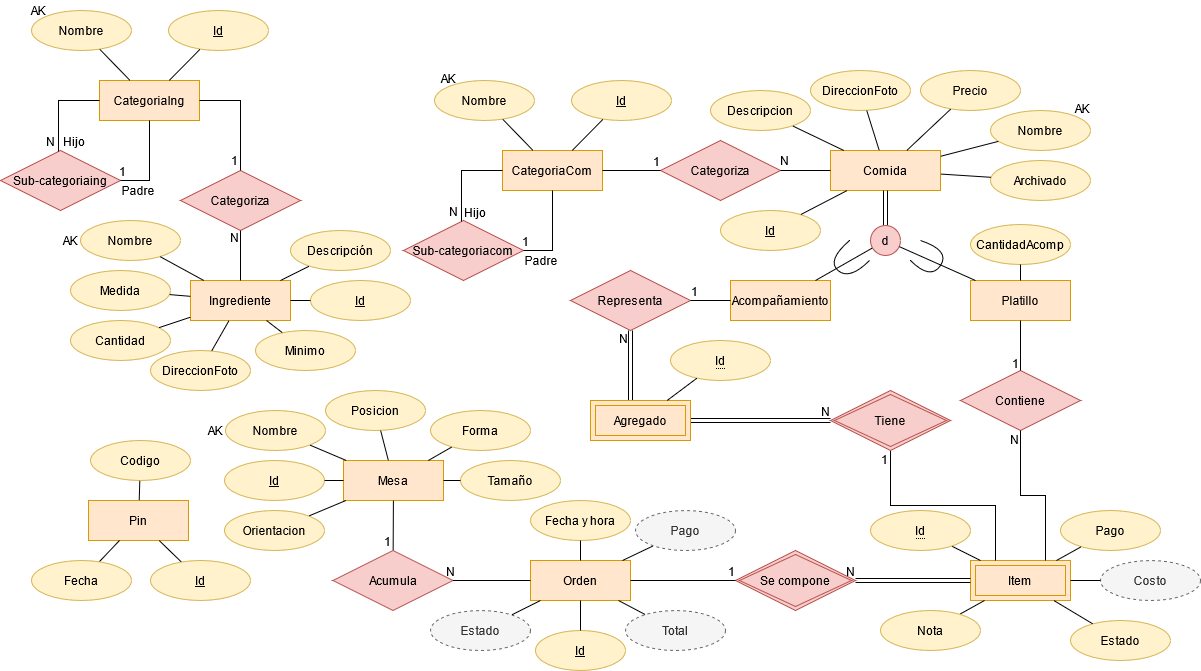
Earlier version of the draw.io export Entidad-Relación.png (JosTenorio/DisenoPRY1). Source tidied: cells renumbered, new cells last; positions are measured from the earlier drawing's top-left corner, leaving out a move shared by most shapes.
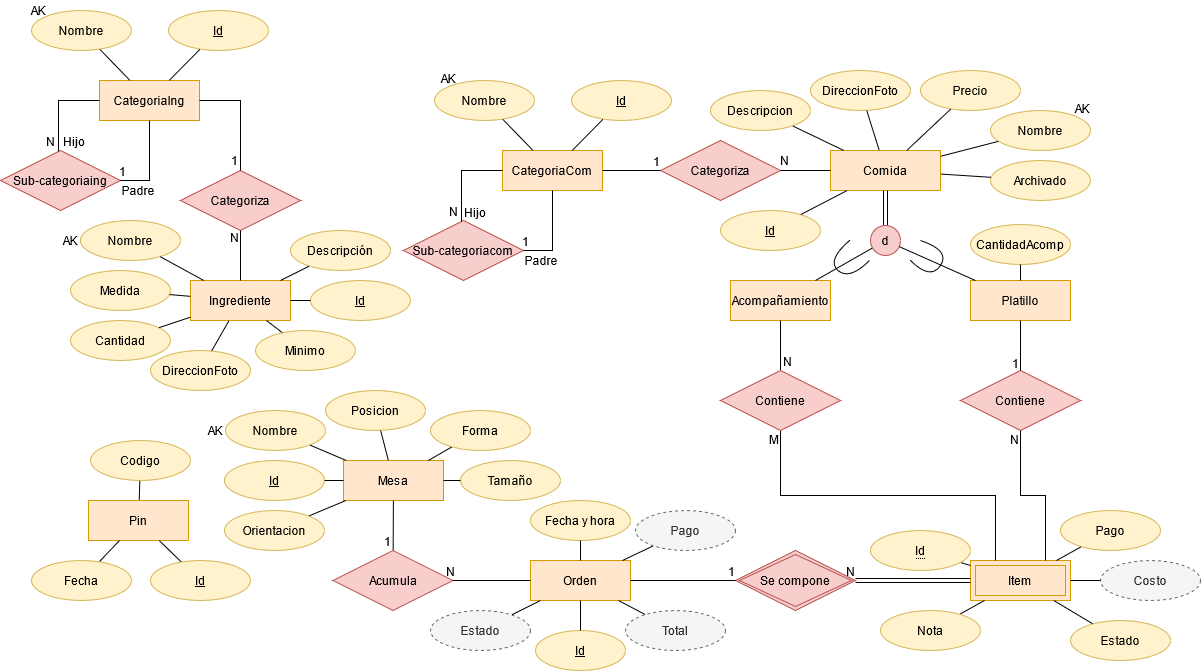
Later version of the same file.

The edit, as a diff of the source:
```diff
@@ -202,7 +202,7 @@
       <mxGeometry relative="1" as="geometry" />
     </mxCell>
     <mxCell id="63" value="&lt;span style=&quot;border-bottom: 1px dotted&quot;&gt;Id&lt;/span&gt;" style="ellipse;whiteSpace=wrap;html=1;align=center;fillColor=#fff2cc;strokeColor=#d6b656;" parent="1" vertex="1">
-      <mxGeometry x="870" y="510" width="100" height="40" as="geometry" />
+      <mxGeometry x="870" y="530" width="100" height="40" as="geometry" />
     </mxCell>
     <mxCell id="64" style="endArrow=none;html=1;strokeColor=#000000;" parent="1" edge="1" source="86" target="61">
       <mxGeometry relative="1" as="geometry" />
@@ -227,10 +227,10 @@
     </mxCell>
     <mxCell id="71" style="endArrow=none;html=1;rounded=0;strokeColor=#000000;edgeStyle=orthogonalEdgeStyle;exitX=0.25;exitY=0;exitDx=0;exitDy=0;" parent="1" edge="1" source="61">
       <mxGeometry relative="1" as="geometry">
-        <mxPoint x="890" y="450" as="targetPoint" />
+        <mxPoint x="780" y="430" as="targetPoint" />
       </mxGeometry>
     </mxCell>
-    <mxCell id="72" value="1" style="html=1;align=right;verticalAlign=bottom;" parent="71" vertex="1">
+    <mxCell id="72" value="M" style="html=1;align=right;verticalAlign=bottom;" parent="71" vertex="1">
       <mxGeometry x="1" relative="1" as="geometry">
         <mxPoint x="-2" y="18" as="offset" />
       </mxGeometry>
@@ -251,15 +251,6 @@
         <mxPoint x="-1" y="2" as="offset" />
       </mxGeometry>
     </mxCell>
-    <mxCell id="77" style="endArrow=none;html=1;rounded=0;strokeColor=#000000;shape=link;" parent="1" edge="1">
-      <mxGeometry relative="1" as="geometry">
-        <mxPoint x="680" y="420" as="sourcePoint" />
-        <mxPoint x="830" y="420" as="targetPoint" />
-      </mxGeometry>
-    </mxCell>
-    <mxCell id="78" value="N" style="html=1;align=right;verticalAlign=bottom;" parent="77" vertex="1">
-      <mxGeometry x="1" relative="1" as="geometry" />
-    </mxCell>
     <mxCell id="79" style="shape=link;html=1;rounded=0;strokeColor=#000000;edgeStyle=orthogonalEdgeStyle;" parent="1" edge="1" source="61" target="70">
       <mxGeometry relative="1" as="geometry" />
     </mxCell>
@@ -465,36 +456,16 @@
     <mxCell id="139" value="AK" style="text;html=1;strokeColor=none;fillColor=none;align=center;verticalAlign=middle;whiteSpace=wrap;rounded=0;" parent="1" vertex="1">
       <mxGeometry x="195" y="420" width="40" height="20" as="geometry" />
     </mxCell>
-    <mxCell id="140" value="Representa" style="shape=rhombus;perimeter=rhombusPerimeter;whiteSpace=wrap;html=1;align=center;fillColor=#f8cecc;strokeColor=#b85450;" parent="1" vertex="1">
-      <mxGeometry x="570" y="270" width="120" height="60" as="geometry" />
-    </mxCell>
-    <mxCell id="141" style="endArrow=none;html=1;rounded=0;shape=link;" parent="1" edge="1" target="140">
-      <mxGeometry relative="1" as="geometry">
-        <mxPoint x="630" y="400" as="sourcePoint" />
-      </mxGeometry>
-    </mxCell>
-    <mxCell id="142" value="N" style="html=1;align=right;verticalAlign=bottom;" parent="141" vertex="1">
-      <mxGeometry x="1" relative="1" as="geometry">
-        <mxPoint x="-2" y="17" as="offset" />
-      </mxGeometry>
-    </mxCell>
-    <mxCell id="143" style="endArrow=none;html=1;rounded=0;" parent="1" edge="1" source="17" target="140">
-      <mxGeometry relative="1" as="geometry" />
+    <mxCell id="143" style="endArrow=none;html=1;rounded=0;entryX=0.5;entryY=0;entryDx=0;entryDy=0;" parent="1" edge="1" source="17">
+      <mxGeometry relative="1" as="geometry">
+        <mxPoint x="780" y="370" as="targetPoint" />
+      </mxGeometry>
     </mxCell>
-    <mxCell id="144" value="1" style="html=1;align=right;verticalAlign=bottom;" parent="143" vertex="1">
+    <mxCell id="144" value="N" style="html=1;align=right;verticalAlign=bottom;" parent="143" vertex="1">
       <mxGeometry x="1" relative="1" as="geometry">
-        <mxPoint x="8" as="offset" />
+        <mxPoint x="12" as="offset" />
       </mxGeometry>
     </mxCell>
-    <mxCell id="145" value="Agregado" style="shape=ext;margin=3;double=1;whiteSpace=wrap;html=1;align=center;fillColor=#ffe6cc;strokeColor=#d79b00;" parent="1" vertex="1">
-      <mxGeometry x="590" y="400" width="100" height="40" as="geometry" />
-    </mxCell>
-    <mxCell id="146" value="&lt;span style=&quot;border-bottom: 1px dotted&quot;&gt;Id&lt;/span&gt;" style="ellipse;whiteSpace=wrap;html=1;align=center;fillColor=#fff2cc;strokeColor=#d6b656;" parent="1" vertex="1">
-      <mxGeometry x="670" y="340" width="100" height="40" as="geometry" />
-    </mxCell>
-    <mxCell id="147" style="endArrow=none;html=1;" parent="1" edge="1" source="145" target="146">
-      <mxGeometry relative="1" as="geometry" />
-    </mxCell>
     <mxCell id="148" style="endArrow=none;html=1;rounded=0;" parent="1" edge="1" source="54" target="83">
       <mxGeometry relative="1" as="geometry" />
     </mxCell>
@@ -503,8 +474,8 @@
         <mxPoint x="3" as="offset" />
       </mxGeometry>
     </mxCell>
-    <mxCell id="150" value="Tiene" style="shape=rhombus;double=1;perimeter=rhombusPerimeter;whiteSpace=wrap;html=1;align=center;fillColor=#f8cecc;strokeColor=#b85450;" parent="1" vertex="1">
-      <mxGeometry x="830" y="390" width="120" height="60" as="geometry" />
-    </mxCell>
+    <mxCell id="151" value="Contiene" style="shape=rhombus;perimeter=rhombusPerimeter;whiteSpace=wrap;html=1;align=center;fillColor=#f8cecc;strokeColor=#b85450;" parent="1" vertex="1">
+      <mxGeometry x="720" y="370" width="120" height="60" as="geometry" />
+    </mxCell>
   </root>
 </mxGraphModel>
```
